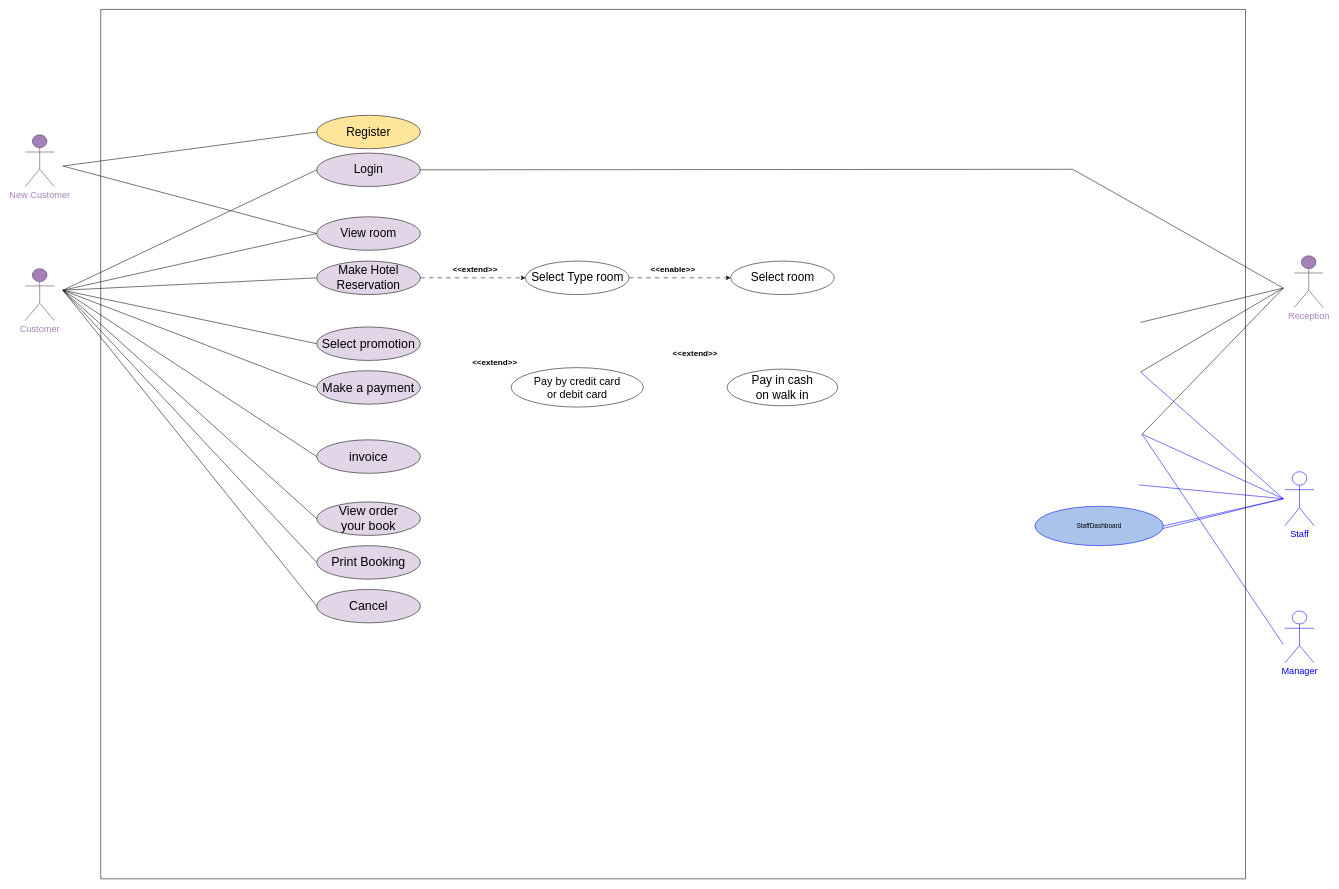
Yaya25aom/bookhotel keeps this draw.io diagram as usecase1.drawio. Above is the earlier version. Source tidied: cells renumbered, new cells numbered last; positions are measured from the earlier drawing's top-left corner, leaving out a move shared by most shapes. Both pictures are drawn from the tidied source at 54%, with x=0, y=0 at pixel (25, 9).
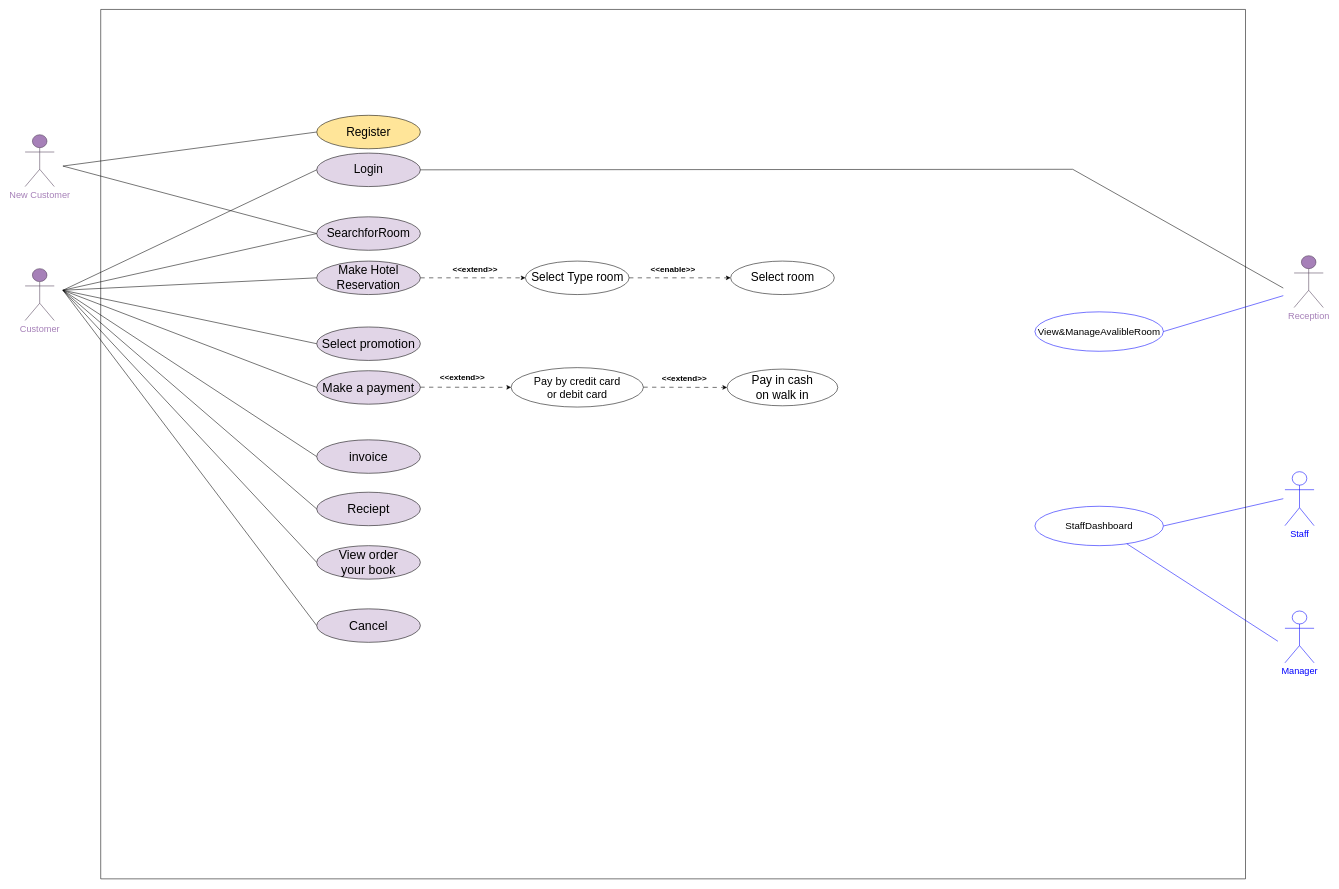
The same page after the edit.

The change refers to these unchanged cells:
```xml
<mxCell id="29" value="&lt;font style=&quot;font-size: 20px;&quot;&gt;Pay by credit card&lt;br&gt;or debit card&lt;/font&gt;" style="ellipse;whiteSpace=wrap;html=1;" parent="1" vertex="1">
  <mxGeometry x="900" y="663.3" width="245" height="73" as="geometry" />
</mxCell>
```

Diff of the diagram source:
```diff
@@
-    <mxCell id="14" value="&lt;font style=&quot;font-size: 22px;&quot;&gt;View room&lt;/font&gt;" style="ellipse;whiteSpace=wrap;html=1;fillColor=#E1D5E7;" parent="1" vertex="1">
+    <mxCell id="14" value="&lt;font style=&quot;font-size: 22px;&quot;&gt;SearchforRoom&lt;/font&gt;" style="ellipse;whiteSpace=wrap;html=1;fillColor=#E1D5E7;" parent="1" vertex="1">
       <mxGeometry x="540" y="384" width="192" height="62" as="geometry" />
     </mxCell>
@@
     <mxCell id="19" value="&lt;font style=&quot;font-size: 23px;&quot;&gt;View order&lt;br&gt;your book&lt;/font&gt;" style="ellipse;whiteSpace=wrap;html=1;fillColor=#E1D5E7;" parent="1" vertex="1">
-      <mxGeometry x="540" y="912" width="192" height="62" as="geometry" />
+      <mxGeometry x="540" y="993" width="192" height="62" as="geometry" />
     </mxCell>
@@
     <mxCell id="23" value="&lt;span style=&quot;font-size: 23px;&quot;&gt;Cancel&lt;/span&gt;" style="ellipse;whiteSpace=wrap;html=1;fillColor=#E1D5E7;" parent="1" vertex="1">
-      <mxGeometry x="540" y="1074" width="192" height="62" as="geometry" />
+      <mxGeometry x="540" y="1110" width="192" height="62" as="geometry" />
     </mxCell>
-    <mxCell id="24" style="edgeStyle=none;shape=connector;rounded=0;jettySize=auto;html=1;exitX=0;exitY=0.5;exitDx=0;exitDy=0;labelBackgroundColor=default;fontFamily=Helvetica;fontSize=11;fontColor=default;endArrow=none;endFill=0;" parent="1" edge="1" source="25">
-      <mxGeometry relative="1" as="geometry">
-        <mxPoint x="70" y="520" as="targetPoint" />
-      </mxGeometry>
-    </mxCell>
-    <mxCell id="25" value="&lt;font style=&quot;font-size: 23px;&quot;&gt;Print Booking&lt;/font&gt;" style="ellipse;whiteSpace=wrap;html=1;fillColor=#E1D5E7;" parent="1" vertex="1">
-      <mxGeometry x="540" y="993" width="192" height="62" as="geometry" />
-    </mxCell>
@@
-    <mxCell id="32" style="edgeStyle=none;shape=connector;rounded=0;orthogonalLoop=1;jettySize=auto;html=1;exitX=1;exitY=0.5;exitDx=0;exitDy=0;labelBackgroundColor=default;fontFamily=Helvetica;fontSize=11;fontColor=default;endArrow=none;endFill=0;" parent="1" edge="1">
-      <mxGeometry relative="1" as="geometry">
-        <mxPoint x="2065.5" y="671.5" as="sourcePoint" />
-        <mxPoint x="2330" y="516" as="targetPoint" />
-      </mxGeometry>
-    </mxCell>
@@
     <mxCell id="35" value="&lt;span style=&quot;font-size: 15px;&quot;&gt;&lt;b&gt;&amp;lt;&amp;lt;extend&amp;gt;&amp;gt;&lt;/b&gt;&lt;/span&gt;" style="text;html=1;strokeColor=none;fillColor=none;align=center;verticalAlign=middle;whiteSpace=wrap;rounded=0;fontSize=11;fontFamily=Helvetica;fontColor=default;rotation=0;" parent="1" vertex="1">
-      <mxGeometry x="1190" y="624.2" width="101.6" height="25.8" as="geometry" />
+      <mxGeometry x="1170" y="670" width="101.6" height="25.8" as="geometry" />
     </mxCell>
     <mxCell id="36" value="&lt;span style=&quot;font-size: 15px;&quot;&gt;&lt;b&gt;&amp;lt;&amp;lt;extend&amp;gt;&amp;gt;&lt;/b&gt;&lt;/span&gt;" style="text;html=1;strokeColor=none;fillColor=none;align=center;verticalAlign=middle;whiteSpace=wrap;rounded=0;fontSize=11;fontFamily=Helvetica;fontColor=default;rotation=0;" parent="1" vertex="1">
-      <mxGeometry x="840" y="640" width="60" height="23.3" as="geometry" />
+      <mxGeometry x="780" y="669" width="60" height="23.3" as="geometry" />
     </mxCell>
@@
-    <mxCell id="39" style="edgeStyle=none;shape=connector;rounded=0;orthogonalLoop=1;jettySize=auto;html=1;exitX=1;exitY=0.5;exitDx=0;exitDy=0;labelBackgroundColor=default;fontFamily=Helvetica;fontSize=11;fontColor=default;endArrow=none;endFill=0;strokeColor=#0000FF;" parent="1" edge="1">
-      <mxGeometry relative="1" as="geometry">
-        <mxPoint x="2062" y="880.5" as="sourcePoint" />
-        <mxPoint x="2330" y="906" as="targetPoint" />
-      </mxGeometry>
-    </mxCell>
-    <mxCell id="40" style="edgeStyle=none;shape=connector;rounded=0;orthogonalLoop=1;jettySize=auto;html=1;exitX=1;exitY=0.5;exitDx=0;exitDy=0;labelBackgroundColor=default;fontFamily=Helvetica;fontSize=11;fontColor=default;endArrow=none;endFill=0;strokeColor=#0000FF;" parent="1" edge="1">
-      <mxGeometry relative="1" as="geometry">
-        <mxPoint x="2065.5" y="971.5" as="sourcePoint" />
-        <mxPoint x="2330" y="906" as="targetPoint" />
-      </mxGeometry>
-    </mxCell>
@@
-    <mxCell id="42" value="StaffDashboard" style="ellipse;whiteSpace=wrap;html=1;strokeColor=#0000FF;fillColor=#A9C4EB;" parent="1" vertex="1">
+    <mxCell id="42" value="&lt;font style=&quot;font-size: 18px;&quot;&gt;StaffDashboard&lt;/font&gt;" style="ellipse;whiteSpace=wrap;html=1;strokeColor=#0000FF;fillColor=#FFFFFF;" parent="1" vertex="1">
       <mxGeometry x="1870" y="920" width="238" height="73" as="geometry" />
     </mxCell>
-    <mxCell id="43" style="edgeStyle=none;shape=connector;rounded=0;orthogonalLoop=1;jettySize=auto;html=1;exitX=1;exitY=0.5;exitDx=0;exitDy=0;labelBackgroundColor=default;fontFamily=Helvetica;fontSize=11;fontColor=default;endArrow=none;endFill=0;" parent="1" edge="1">
-      <mxGeometry relative="1" as="geometry">
-        <mxPoint x="2068.5" y="786.5" as="sourcePoint" />
-        <mxPoint x="2330" y="516" as="targetPoint" />
-      </mxGeometry>
-    </mxCell>
-    <mxCell id="44" style="edgeStyle=none;shape=connector;rounded=0;orthogonalLoop=1;jettySize=auto;html=1;exitX=1;exitY=0.5;exitDx=0;exitDy=0;labelBackgroundColor=default;fontFamily=Helvetica;fontSize=11;fontColor=default;endArrow=none;endFill=0;strokeColor=#0000FF;" parent="1" edge="1">
-      <mxGeometry relative="1" as="geometry">
-        <mxPoint x="2068.5" y="786.5" as="sourcePoint" />
-        <mxPoint x="2330" y="1176" as="targetPoint" />
-      </mxGeometry>
-    </mxCell>
-    <mxCell id="45" style="edgeStyle=none;shape=connector;rounded=0;orthogonalLoop=1;jettySize=auto;html=1;exitX=1;exitY=0.5;exitDx=0;exitDy=0;labelBackgroundColor=default;fontFamily=Helvetica;fontSize=11;fontColor=default;endArrow=none;endFill=0;strokeColor=#0000FF;" parent="1" edge="1">
-      <mxGeometry relative="1" as="geometry">
-        <mxPoint x="2065.5" y="671.5" as="sourcePoint" />
-        <mxPoint x="2330" y="906" as="targetPoint" />
-      </mxGeometry>
-    </mxCell>
@@
-    <mxCell id="48" style="edgeStyle=none;shape=connector;rounded=0;orthogonalLoop=1;jettySize=auto;html=1;exitX=1;exitY=0.5;exitDx=0;exitDy=0;labelBackgroundColor=default;fontFamily=Helvetica;fontSize=11;fontColor=default;endArrow=none;endFill=0;strokeColor=#0000FF;" parent="1" edge="1">
-      <mxGeometry relative="1" as="geometry">
-        <mxPoint x="2068.5" y="786.5" as="sourcePoint" />
-        <mxPoint x="2330" y="906" as="targetPoint" />
-      </mxGeometry>
-    </mxCell>
@@
-    <mxCell id="53" style="shape=connector;rounded=0;orthogonalLoop=1;jettySize=auto;html=1;labelBackgroundColor=default;fontFamily=Helvetica;fontSize=11;fontColor=default;endArrow=none;endFill=0;exitX=1;exitY=0.5;exitDx=0;exitDy=0;" parent="1" edge="1">
-      <mxGeometry relative="1" as="geometry">
-        <mxPoint x="2065.5" y="579.5" as="sourcePoint" />
-        <mxPoint x="2330" y="516" as="targetPoint" />
-      </mxGeometry>
-    </mxCell>
+    <mxCell id="54" style="edgeStyle=none;shape=connector;rounded=0;jettySize=auto;html=1;exitX=1;exitY=0.5;exitDx=0;exitDy=0;labelBackgroundColor=default;fontFamily=Helvetica;fontSize=11;fontColor=default;endArrow=classic;endFill=1;dashed=1;dashPattern=8 8;" parent="1" edge="1" target="29">
+      <mxGeometry relative="1" as="geometry">
+        <mxPoint x="732" y="699.5" as="sourcePoint" />
+      </mxGeometry>
+    </mxCell>
+    <mxCell id="55" style="edgeStyle=none;shape=connector;rounded=0;orthogonalLoop=1;jettySize=auto;html=1;exitX=1;exitY=0.5;exitDx=0;exitDy=0;labelBackgroundColor=default;fontFamily=Helvetica;fontSize=11;fontColor=default;endArrow=classic;endFill=1;dashed=1;dashPattern=8 8;" parent="1" edge="1">
+      <mxGeometry relative="1" as="geometry">
+        <mxPoint x="1145" y="699.5" as="sourcePoint" />
+        <mxPoint x="1300" y="700" as="targetPoint" />
+      </mxGeometry>
+    </mxCell>
+    <mxCell id="56" style="edgeStyle=none;shape=connector;rounded=0;jettySize=auto;html=1;labelBackgroundColor=default;fontFamily=Helvetica;fontSize=11;fontColor=default;endArrow=none;endFill=0;strokeColor=#0000FF;" parent="1" edge="1" source="42">
+      <mxGeometry relative="1" as="geometry">
+        <mxPoint x="2320" y="1170" as="targetPoint" />
+      </mxGeometry>
+    </mxCell>
+    <mxCell id="57" value="&lt;font style=&quot;font-size: 18px;&quot;&gt;View&amp;amp;ManageAvalibleRoom&lt;/font&gt;" style="ellipse;whiteSpace=wrap;html=1;strokeColor=#0000FF;fillColor=#FFFFFF;" parent="1" vertex="1">
+      <mxGeometry x="1870" y="560" width="238" height="73" as="geometry" />
+    </mxCell>
+    <mxCell id="58" style="edgeStyle=none;shape=connector;rounded=0;jettySize=auto;html=1;exitX=1;exitY=0.5;exitDx=0;exitDy=0;labelBackgroundColor=default;fontFamily=Helvetica;fontSize=11;fontColor=default;endArrow=none;endFill=0;strokeColor=#0000FF;" parent="1" edge="1" source="57">
+      <mxGeometry relative="1" as="geometry">
+        <mxPoint x="2330" y="530" as="targetPoint" />
+      </mxGeometry>
+    </mxCell>
+    <mxCell id="59" value="&lt;span style=&quot;font-size: 23px;&quot;&gt;Reciept&lt;/span&gt;" style="ellipse;whiteSpace=wrap;html=1;fillColor=#E1D5E7;" parent="1" vertex="1">
+      <mxGeometry x="540" y="894" width="192" height="62" as="geometry" />
+    </mxCell>
+    <mxCell id="60" style="edgeStyle=none;shape=connector;rounded=0;jettySize=auto;html=1;exitX=0;exitY=0.5;exitDx=0;exitDy=0;labelBackgroundColor=default;fontFamily=Helvetica;fontSize=11;fontColor=default;endArrow=none;endFill=0;" parent="1" edge="1" source="59">
+      <mxGeometry relative="1" as="geometry">
+        <mxPoint x="70" y="520" as="targetPoint" />
+      </mxGeometry>
+    </mxCell>
```
